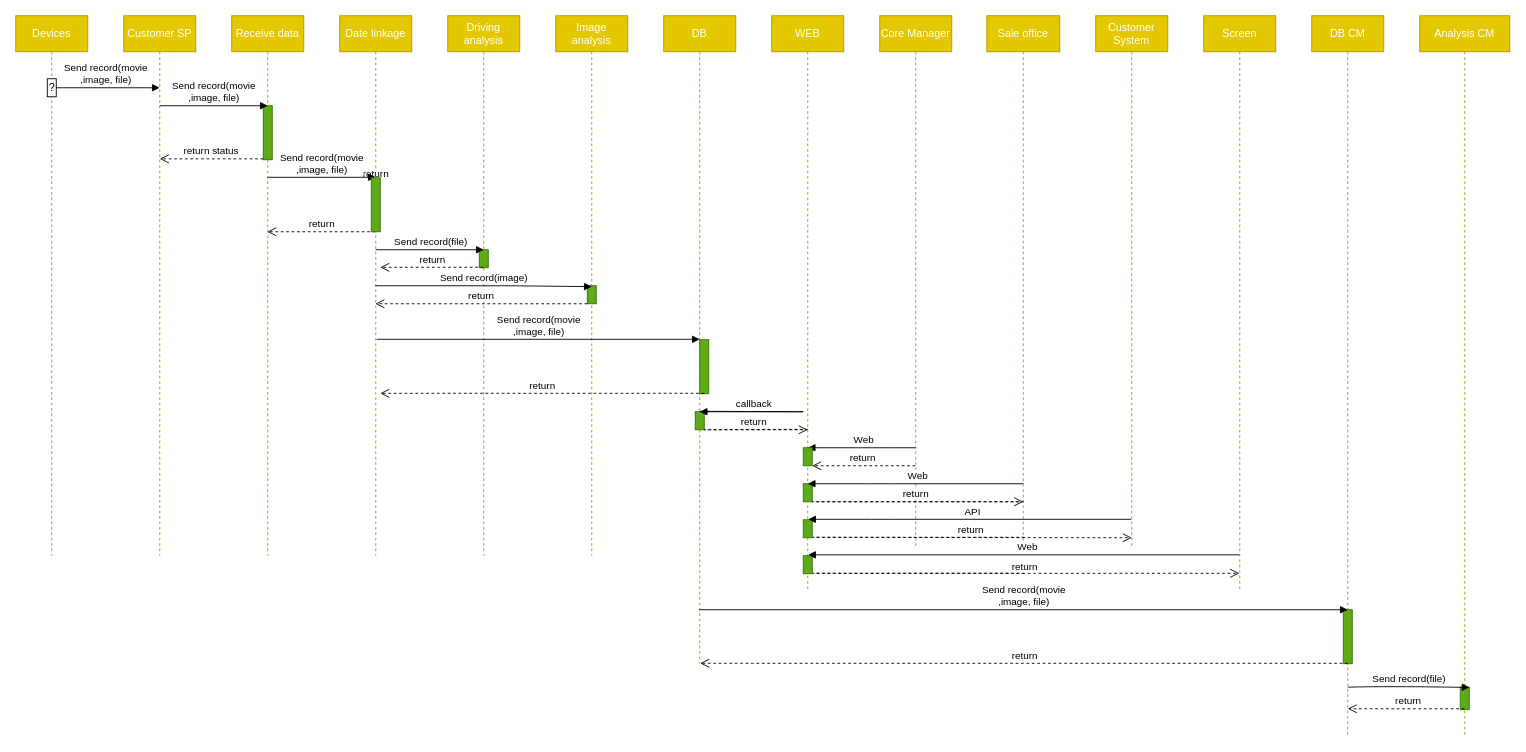
tmliem/Fist-repository keeps this draw.io diagram as CMliem.drawio. Above is the earlier version. Source tidied: cells renumbered, new cells numbered last; positions are measured from the earlier drawing's top-left corner, leaving out a move shared by most shapes. Both pictures are drawn from the tidied source at 90%, with x=0, y=0 at pixel (15, 15).
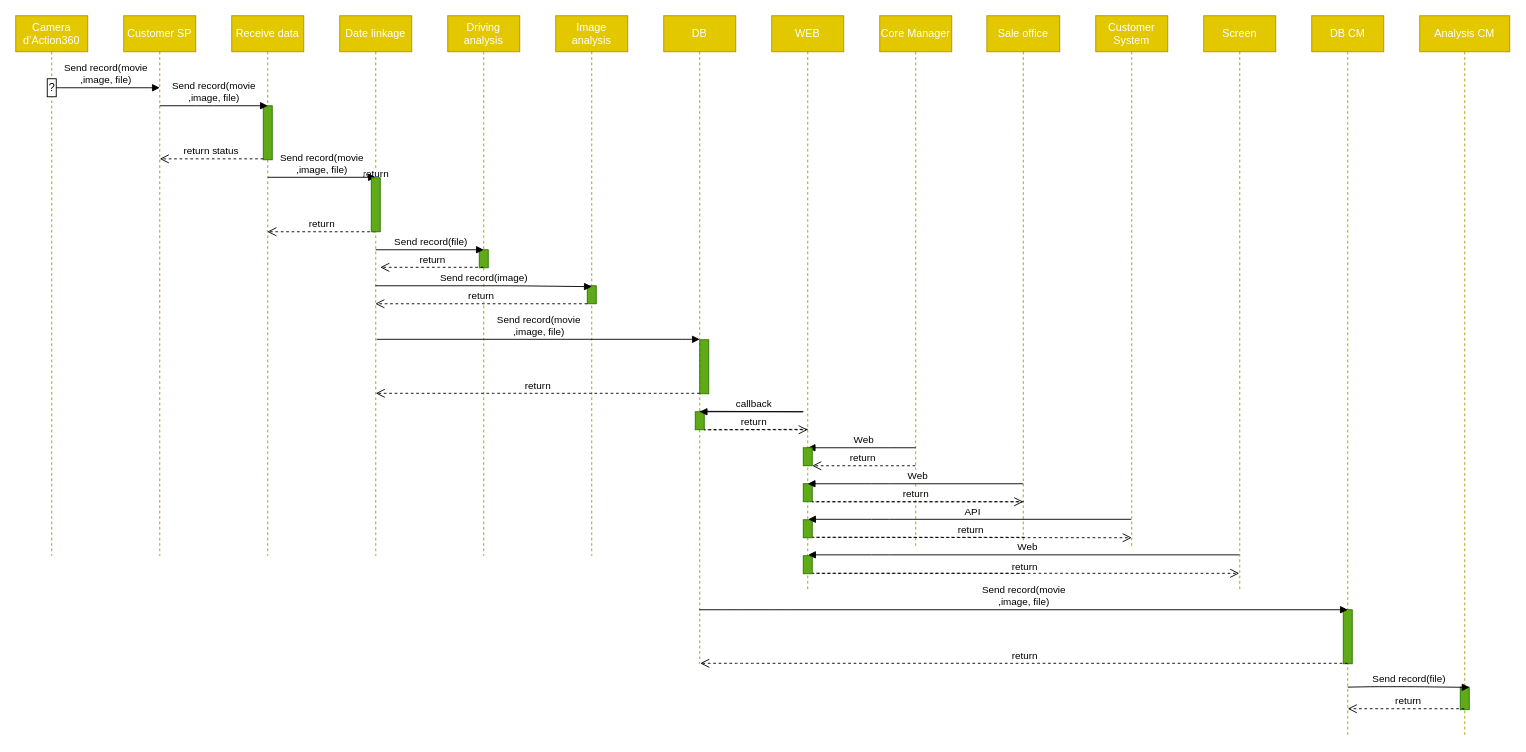
Above is the later version.

The edit, as a diff of the source:
```diff
@@
-    <mxCell id="2" value="Devices" style="shape=umlLifeline;perimeter=lifelinePerimeter;whiteSpace=wrap;html=1;outlineConnect=0;fillColor=#e3c800;strokeColor=#B09500;gradientDirection=south;fontColor=#ffffff;" parent="1" vertex="1">
+    <mxCell id="2" value="Camera&lt;br&gt;&lt;span&gt;d’Action360&lt;/span&gt;&lt;br&gt;" style="shape=umlLifeline;perimeter=lifelinePerimeter;whiteSpace=wrap;html=1;outlineConnect=0;fillColor=#e3c800;strokeColor=#B09500;gradientDirection=south;fontColor=#ffffff;" parent="1" vertex="1">
       <mxGeometry width="80" height="600" as="geometry" />
     </mxCell>
@@
     <mxCell id="30" value="return" style="html=1;verticalAlign=bottom;endArrow=open;dashed=1;endSize=8;" parent="1" edge="1">
       <mxGeometry relative="1" as="geometry">
-        <mxPoint x="765" y="419.5" as="sourcePoint" />
-        <mxPoint x="405" y="419.5" as="targetPoint" />
+        <mxPoint x="760" y="419.5" as="sourcePoint" />
+        <mxPoint x="400" y="419.5" as="targetPoint" />
         <Array as="points">
-          <mxPoint x="715.5" y="419.5" />
-          <mxPoint x="525.5" y="419.5" />
+          <mxPoint x="710.5" y="419.5" />
+          <mxPoint x="520.5" y="419.5" />
         </Array>
       </mxGeometry>
     </mxCell>
```
